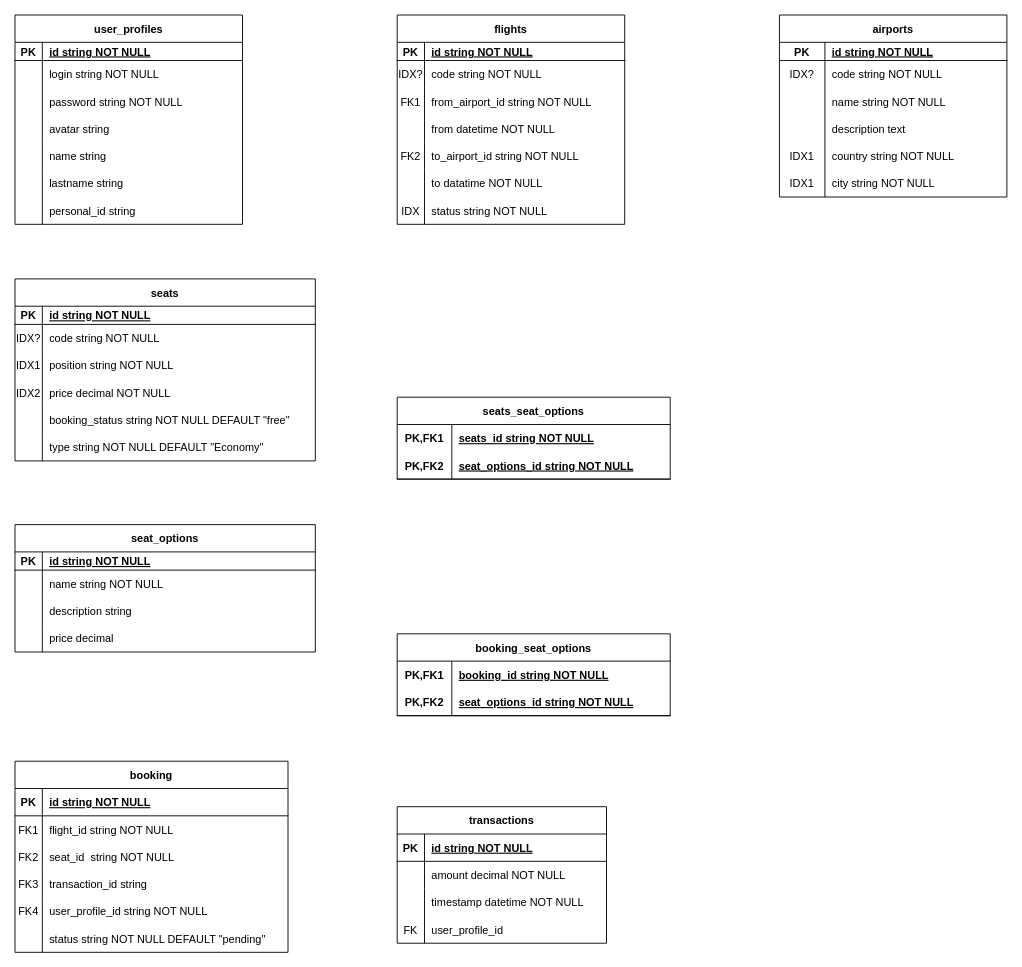
Earlier version of the draw.io diagram specs/schemas/drawio/db.drawio (NoMad42/tickets). Source tidied: cells renumbered, new cells numbered last; positions are measured from the earlier drawing's top-left corner, leaving out a move shared by most shapes. Both pictures are drawn from the tidied source at 91%, with x=0, y=0 at pixel (15, 15).
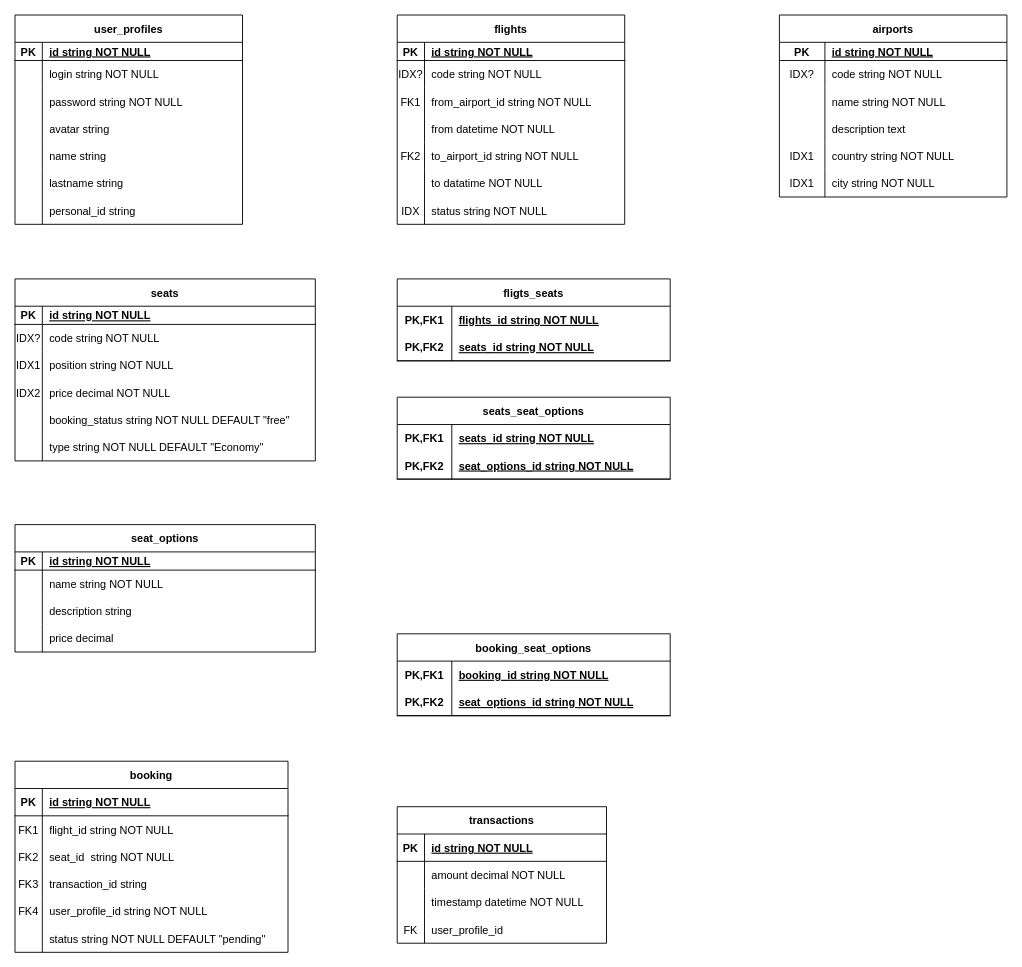
After the change.

Commit message:
db.drawio flights_seats table added

Diff of the diagram source:
```diff
@@
+    <mxCell id="143" value="fligts_seats" style="shape=table;startSize=30;childLayout=tableLayout;rowLines=0;fontStyle=1;align=center;" parent="1" vertex="1">
+      <mxGeometry x="420" y="290" width="300" height="90" as="geometry" />
+    </mxCell>
+    <mxCell id="144" style="shape=tableRow;horizontal=0;startSize=0;swimlaneHead=0;swimlaneBody=0;fillColor=none;top=0;left=0;right=0;bottom=0;" parent="143" vertex="1">
+      <mxGeometry y="30" width="300" height="30" as="geometry" />
+    </mxCell>
+    <mxCell id="145" value="PK,FK1" style="shape=partialRectangle;fillColor=none;top=0;left=0;bottom=0;right=0;fontStyle=1;overflow=hidden;" parent="144" vertex="1">
+      <mxGeometry width="60" height="30" as="geometry" />
+    </mxCell>
+    <mxCell id="146" value="flights_id string NOT NULL" style="shape=partialRectangle;fillColor=none;top=0;left=0;bottom=0;right=0;align=left;spacingLeft=6;fontStyle=5;overflow=hidden;" parent="144" vertex="1">
+      <mxGeometry x="60" width="240" height="30" as="geometry" />
+    </mxCell>
+    <mxCell id="147" style="shape=tableRow;horizontal=0;startSize=0;swimlaneHead=0;swimlaneBody=0;fillColor=none;top=0;left=0;right=0;bottom=1;" parent="143" vertex="1">
+      <mxGeometry y="60" width="300" height="30" as="geometry" />
+    </mxCell>
+    <mxCell id="148" value="PK,FK2" style="shape=partialRectangle;fillColor=none;top=0;left=0;bottom=0;right=0;fontStyle=1;overflow=hidden;" parent="147" vertex="1">
+      <mxGeometry width="60" height="30" as="geometry" />
+    </mxCell>
+    <mxCell id="149" value="seats_id string NOT NULL" style="shape=partialRectangle;fillColor=none;top=0;left=0;bottom=0;right=0;align=left;spacingLeft=6;fontStyle=5;overflow=hidden;" parent="147" vertex="1">
+      <mxGeometry x="60" width="240" height="30" as="geometry" />
+    </mxCell>
```
